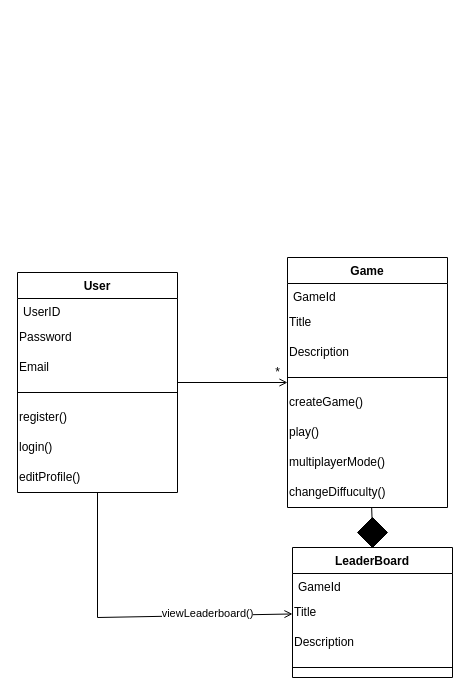
Above: System Design.drawio in sirfan123/1530 (draw.io), before the change. Source tidied: cells renumbered, new cells numbered last; positions are measured from the earlier drawing's top-left corner, leaving out a move shared by most shapes. Both pictures are drawn from the tidied source at 100%, with x=0, y=0 at pixel (17, 257).
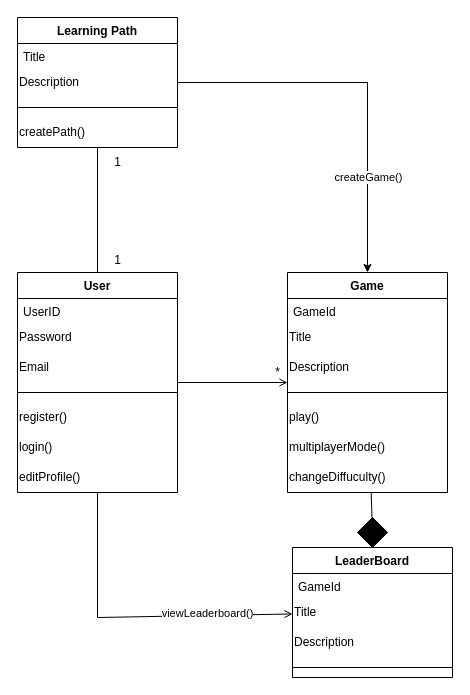
Above is the later version.

Unchanged cells that the change refers to:
```xml
<mxCell id="2" value="User" style="swimlane;fontStyle=1;align=center;verticalAlign=top;horizontal=1;startSize=26;whiteSpace=wrap;html=1;" parent="1" vertex="1">
  <mxGeometry y="15" width="160" height="220" as="geometry" />
</mxCell>
```

What changed in the source:
```diff
@@
     <mxCell id="10" value="Game" style="swimlane;fontStyle=1;align=center;verticalAlign=top;horizontal=1;startSize=26;whiteSpace=wrap;html=1;" parent="1" vertex="1">
-      <mxGeometry x="270" width="160" height="250" as="geometry" />
+      <mxGeometry x="270" y="15" width="160" height="220" as="geometry" />
     </mxCell>
@@
-    <mxCell id="15" value="createGame()" style="text;html=1;align=left;verticalAlign=middle;strokeColor=none;fillColor=none;" parent="10" vertex="1">
-      <mxGeometry y="130" width="160" height="30" as="geometry" />
-    </mxCell>
     <mxCell id="16" value="play()" style="text;html=1;align=left;verticalAlign=middle;strokeColor=none;fillColor=none;" parent="10" vertex="1">
-      <mxGeometry y="160" width="160" height="30" as="geometry" />
+      <mxGeometry y="130" width="160" height="30" as="geometry" />
     </mxCell>
     <mxCell id="17" value="multiplayerMode()" style="text;html=1;align=left;verticalAlign=middle;strokeColor=none;fillColor=none;" parent="10" vertex="1">
-      <mxGeometry y="190" width="160" height="30" as="geometry" />
+      <mxGeometry y="160" width="160" height="30" as="geometry" />
     </mxCell>
     <mxCell id="18" value="changeDiffuculty()" style="text;html=1;align=left;verticalAlign=middle;strokeColor=none;fillColor=none;" parent="10" vertex="1">
-      <mxGeometry y="220" width="160" height="30" as="geometry" />
+      <mxGeometry y="190" width="160" height="30" as="geometry" />
     </mxCell>
@@
+    <mxCell id="31" value="Learning Path" style="swimlane;fontStyle=1;align=center;verticalAlign=top;horizontal=1;startSize=26;whiteSpace=wrap;html=1;" parent="1" vertex="1">
+      <mxGeometry y="-240" width="160" height="130" as="geometry" />
+    </mxCell>
+    <mxCell id="32" value="Title" style="text;strokeColor=none;fillColor=none;align=left;verticalAlign=top;spacingLeft=4;spacingRight=4;overflow=hidden;whiteSpace=wrap;html=1;" parent="31" vertex="1">
+      <mxGeometry y="26" width="160" height="24" as="geometry" />
+    </mxCell>
+    <mxCell id="33" value="Description&amp;nbsp;" style="text;html=1;align=left;verticalAlign=middle;strokeColor=none;fillColor=none;" parent="31" vertex="1">
+      <mxGeometry y="50" width="160" height="30" as="geometry" />
+    </mxCell>
+    <mxCell id="34" style="line;strokeWidth=1;fillColor=none;align=left;verticalAlign=middle;spacingTop=-1;spacingLeft=3;spacingRight=3;labelPosition=right;strokeColor=inherit;" parent="31" vertex="1">
+      <mxGeometry y="80" width="160" height="20" as="geometry" />
+    </mxCell>
+    <mxCell id="35" value="createPath()" style="text;html=1;align=left;verticalAlign=middle;strokeColor=none;fillColor=none;" parent="31" vertex="1">
+      <mxGeometry y="100" width="160" height="30" as="geometry" />
+    </mxCell>
+    <mxCell id="36" style="endArrow=none;html=1;rounded=0;endFill=0;" parent="1" edge="1" source="2" target="31">
+      <mxGeometry relative="1" as="geometry" />
+    </mxCell>
+    <mxCell id="37" value="1" style="text;html=1;align=center;verticalAlign=middle;strokeColor=none;fillColor=none;" parent="1" vertex="1">
+      <mxGeometry x="85" y="-12" width="30" height="30" as="geometry" />
+    </mxCell>
+    <mxCell id="38" value="1" style="text;html=1;align=center;verticalAlign=middle;strokeColor=none;fillColor=none;" parent="1" vertex="1">
+      <mxGeometry x="85" y="-110" width="30" height="30" as="geometry" />
+    </mxCell>
+    <mxCell id="39" style="endArrow=classic;html=1;rounded=0;" parent="1" edge="1" source="31" target="10">
+      <mxGeometry relative="1" as="geometry">
+        <Array as="points">
+          <mxPoint x="350" y="-175" />
+        </Array>
+      </mxGeometry>
+    </mxCell>
+    <mxCell id="15" value="createGame()" style="edgeLabel;html=1;align=center;verticalAlign=middle;" parent="39" vertex="1">
+      <mxGeometry x="0.49" relative="1" as="geometry">
+        <mxPoint y="1" as="offset" />
+      </mxGeometry>
+    </mxCell>
```
